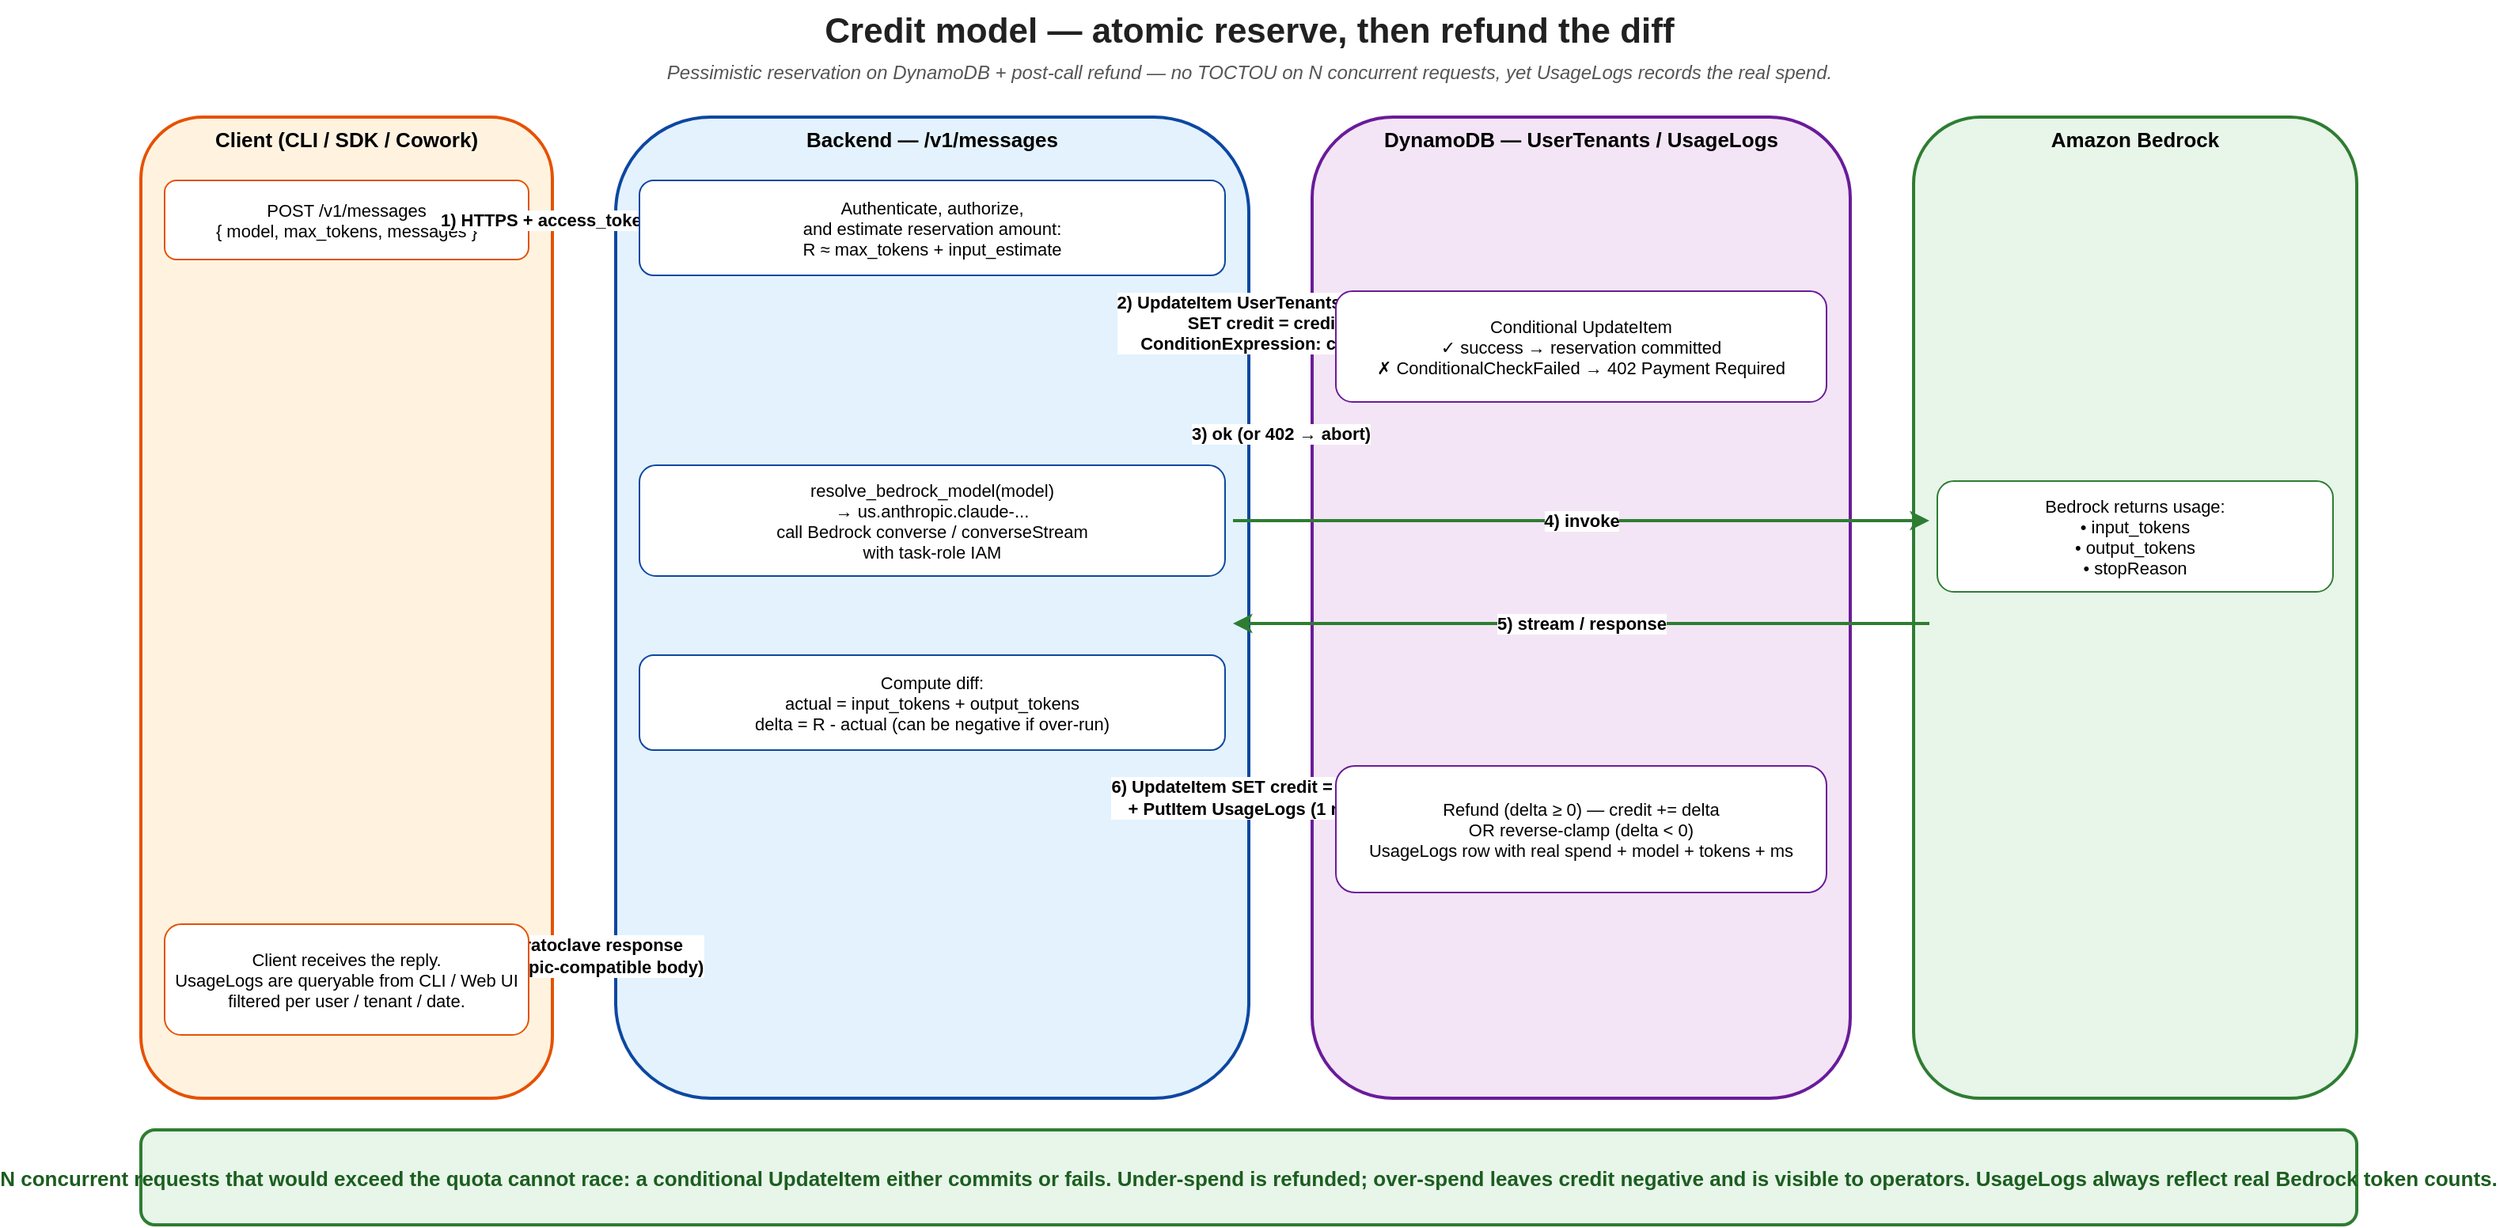
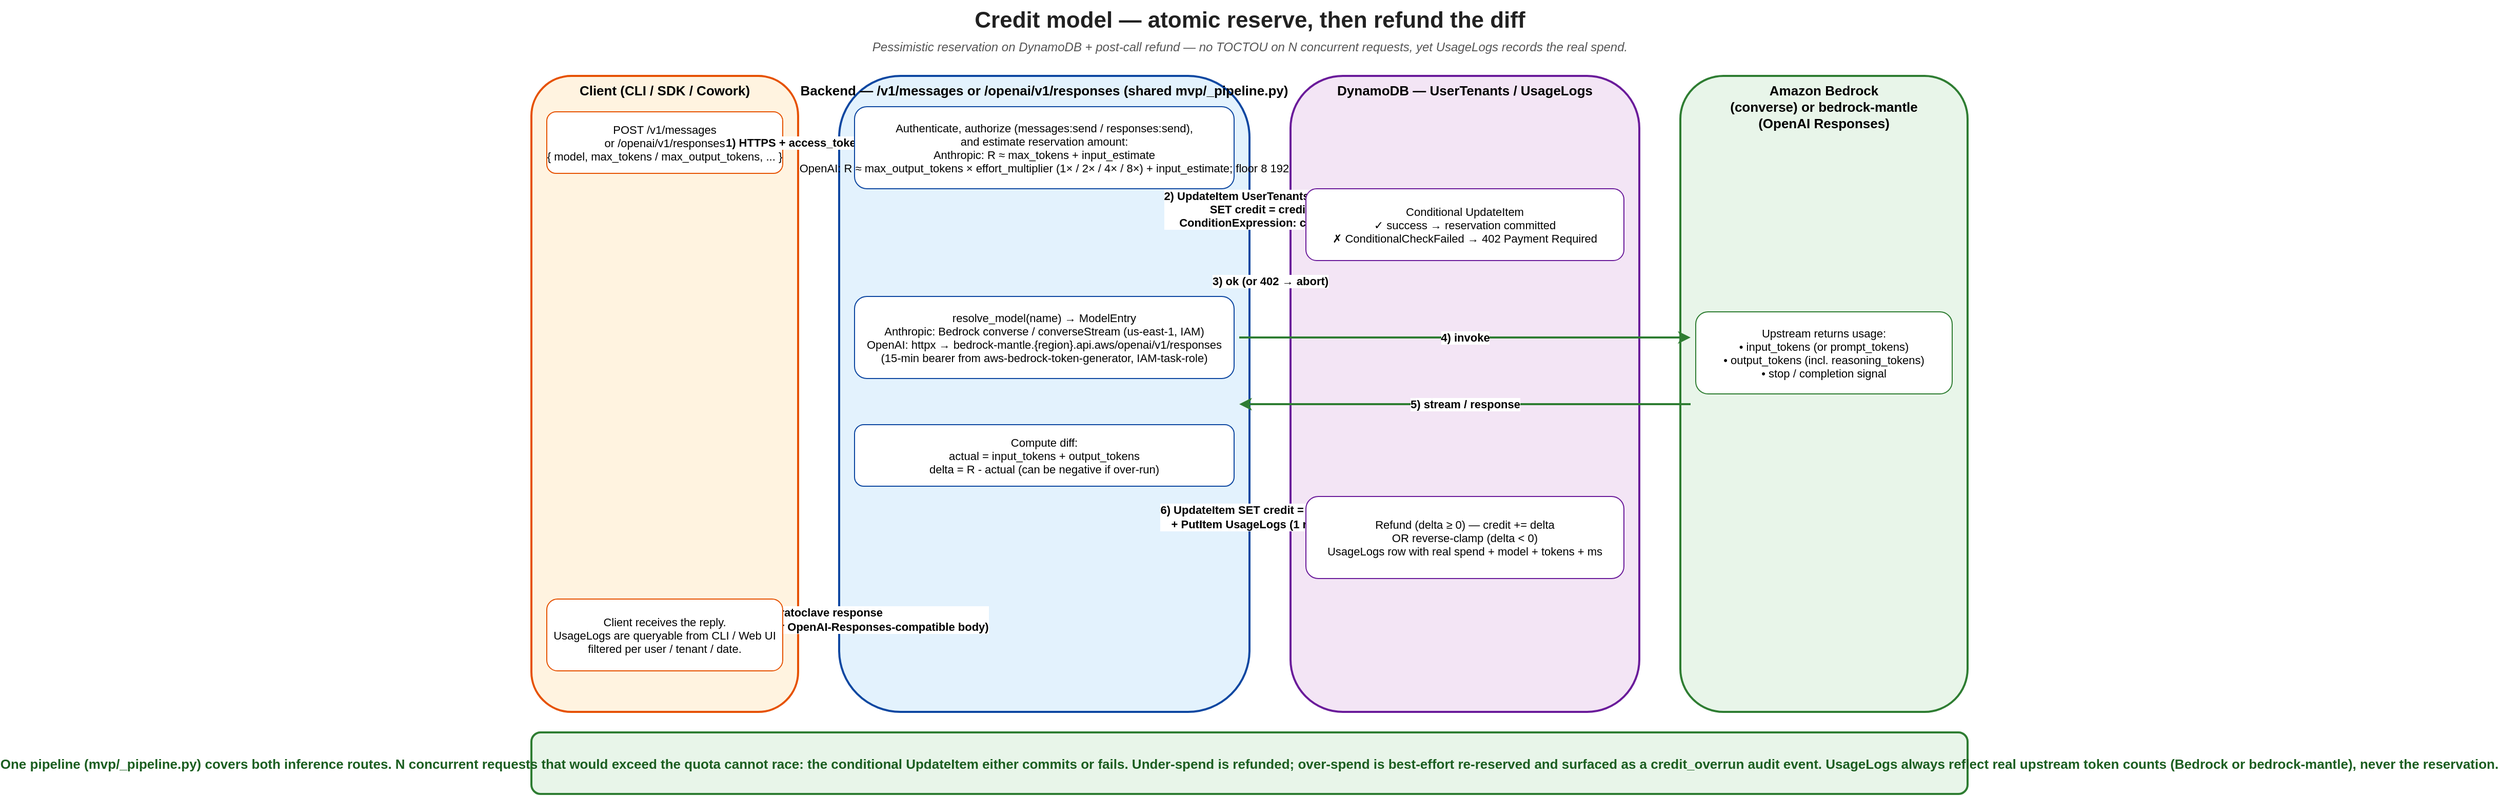
<mxGraphModel dx="1480" dy="900" grid="1" gridSize="10" guides="1" tooltips="1" connect="1" arrows="1" fold="1" page="1" pageScale="1" pageWidth="1480" pageHeight="900" math="0" shadow="0">
  <root>
    <mxCell id="0"/>
    <mxCell id="1" parent="0"/>

    <mxCell id="title" value="Credit model — atomic reserve, then refund the diff"
      style="text;html=1;align=center;fontSize=22;fontStyle=1;fontColor=#212121;"
      vertex="1" parent="1">
      <mxGeometry x="0" y="16" width="1480" height="30" as="geometry"/>
    </mxCell>
    <mxCell id="subtitle" value="Pessimistic reservation on DynamoDB + post-call refund — no TOCTOU on N concurrent requests, yet UsageLogs records the real spend."
      style="text;html=1;align=center;fontSize=12;fontStyle=2;fontColor=#555555;"
      vertex="1" parent="1">
      <mxGeometry x="0" y="48" width="1480" height="22" as="geometry"/>
    </mxCell>

    <mxCell id="lane_client" value="Client (CLI / SDK / Cowork)"
      style="rounded=1;fillColor=#FFF3E0;strokeColor=#E65100;strokeWidth=2;fontSize=13;fontStyle=1;align=center;verticalAlign=top;"
      vertex="1" parent="1">
      <mxGeometry x="40" y="90" width="260" height="620" as="geometry"/>
    </mxCell>
-     <mxCell id="lane_backend" value="Backend — /v1/messages"
+     <mxCell id="lane_backend" value="Backend — /v1/messages or /openai/v1/responses (shared mvp/_pipeline.py)"
      style="rounded=1;fillColor=#E3F2FD;strokeColor=#0D47A1;strokeWidth=2;fontSize=13;fontStyle=1;align=center;verticalAlign=top;"
      vertex="1" parent="1">
      <mxGeometry x="340" y="90" width="400" height="620" as="geometry"/>
    </mxCell>
    <mxCell id="lane_dynamo" value="DynamoDB — UserTenants / UsageLogs"
      style="rounded=1;fillColor=#F3E5F5;strokeColor=#6A1B9A;strokeWidth=2;fontSize=13;fontStyle=1;align=center;verticalAlign=top;"
      vertex="1" parent="1">
      <mxGeometry x="780" y="90" width="340" height="620" as="geometry"/>
    </mxCell>
-     <mxCell id="lane_bedrock" value="Amazon Bedrock"
+     <mxCell id="lane_bedrock" value="Amazon Bedrock&#10;(converse) or bedrock-mantle&#10;(OpenAI Responses)"
      style="rounded=1;fillColor=#E8F5E9;strokeColor=#2E7D32;strokeWidth=2;fontSize=13;fontStyle=1;align=center;verticalAlign=top;"
      vertex="1" parent="1">
      <mxGeometry x="1160" y="90" width="280" height="620" as="geometry"/>
    </mxCell>

-     <mxCell id="c1" value="POST /v1/messages&#10;{ model, max_tokens, messages }"
+     <mxCell id="c1" value="POST /v1/messages&#10;or /openai/v1/responses&#10;{ model, max_tokens / max_output_tokens, ... }"
      style="rounded=1;fillColor=#FFFFFF;strokeColor=#E65100;strokeWidth=1;fontSize=11;align=center;verticalAlign=middle;"
      vertex="1" parent="1">
-       <mxGeometry x="55" y="130" width="230" height="50" as="geometry"/>
+       <mxGeometry x="55" y="125" width="230" height="60" as="geometry"/>
    </mxCell>

    <mxCell id="e1" value="1) HTTPS + access_token / API key"
      style="endArrow=classic;html=1;strokeColor=#212121;strokeWidth=2;fontSize=11;fontStyle=1;" edge="1" parent="1">
      <mxGeometry relative="1" as="geometry">
        <mxPoint x="290" y="155" as="sourcePoint"/>
        <mxPoint x="350" y="155" as="targetPoint"/>
      </mxGeometry>
    </mxCell>

-     <mxCell id="b1" value="Authenticate, authorize,&#10;and estimate reservation amount:&#10;R ≈ max_tokens + input_estimate"
+     <mxCell id="b1" value="Authenticate, authorize (messages:send / responses:send),&#10;and estimate reservation amount:&#10;Anthropic: R ≈ max_tokens + input_estimate&#10;OpenAI: R ≈ max_output_tokens × effort_multiplier (1× / 2× / 4× / 8×) + input_estimate; floor 8 192"
      style="rounded=1;fillColor=#FFFFFF;strokeColor=#0D47A1;strokeWidth=1;fontSize=11;align=center;verticalAlign=middle;"
      vertex="1" parent="1">
-       <mxGeometry x="355" y="130" width="370" height="60" as="geometry"/>
+       <mxGeometry x="355" y="120" width="370" height="80" as="geometry"/>
    </mxCell>

    <mxCell id="e2" value="2) UpdateItem  UserTenants[user,tenant]&#10;SET credit = credit - :R&#10;ConditionExpression: credit >= :R"
      style="endArrow=classic;html=1;strokeColor=#6A1B9A;strokeWidth=2;fontSize=11;fontStyle=1;" edge="1" parent="1">
      <mxGeometry relative="1" as="geometry">
        <mxPoint x="730" y="220" as="sourcePoint"/>
        <mxPoint x="790" y="220" as="targetPoint"/>
      </mxGeometry>
    </mxCell>

    <mxCell id="d1" value="Conditional UpdateItem&#10;✓ success → reservation committed&#10;✗ ConditionalCheckFailed → 402 Payment Required"
      style="rounded=1;fillColor=#FFFFFF;strokeColor=#6A1B9A;strokeWidth=1;fontSize=11;align=center;verticalAlign=middle;"
      vertex="1" parent="1">
      <mxGeometry x="795" y="200" width="310" height="70" as="geometry"/>
    </mxCell>

    <mxCell id="e3" value="3) ok (or 402 → abort)"
      style="endArrow=classic;html=1;strokeColor=#6A1B9A;strokeWidth=2;fontSize=11;fontStyle=1;" edge="1" parent="1">
      <mxGeometry relative="1" as="geometry">
        <mxPoint x="790" y="290" as="sourcePoint"/>
        <mxPoint x="730" y="290" as="targetPoint"/>
      </mxGeometry>
    </mxCell>

-     <mxCell id="b2" value="resolve_bedrock_model(model)&#10;→ us.anthropic.claude-...&#10;call Bedrock converse / converseStream&#10;with task-role IAM"
+     <mxCell id="b2" value="resolve_model(name) → ModelEntry&#10;Anthropic: Bedrock converse / converseStream (us-east-1, IAM)&#10;OpenAI: httpx → bedrock-mantle.{region}.api.aws/openai/v1/responses&#10;(15-min bearer from aws-bedrock-token-generator, IAM-task-role)"
      style="rounded=1;fillColor=#FFFFFF;strokeColor=#0D47A1;strokeWidth=1;fontSize=11;align=center;verticalAlign=middle;"
      vertex="1" parent="1">
-       <mxGeometry x="355" y="310" width="370" height="70" as="geometry"/>
+       <mxGeometry x="355" y="305" width="370" height="80" as="geometry"/>
    </mxCell>

    <mxCell id="e4" value="4) invoke"
      style="endArrow=classic;html=1;strokeColor=#2E7D32;strokeWidth=2;fontSize=11;fontStyle=1;" edge="1" parent="1">
      <mxGeometry relative="1" as="geometry">
        <mxPoint x="730" y="345" as="sourcePoint"/>
        <mxPoint x="1170" y="345" as="targetPoint"/>
      </mxGeometry>
    </mxCell>

-     <mxCell id="k1" value="Bedrock returns usage:&#10;• input_tokens&#10;• output_tokens&#10;• stopReason"
+     <mxCell id="k1" value="Upstream returns usage:&#10;• input_tokens (or prompt_tokens)&#10;• output_tokens (incl. reasoning_tokens)&#10;• stop / completion signal"
      style="rounded=1;fillColor=#FFFFFF;strokeColor=#2E7D32;strokeWidth=1;fontSize=11;align=center;verticalAlign=middle;"
      vertex="1" parent="1">
-       <mxGeometry x="1175" y="320" width="250" height="70" as="geometry"/>
+       <mxGeometry x="1175" y="320" width="250" height="80" as="geometry"/>
    </mxCell>

    <mxCell id="e5" value="5) stream / response"
      style="endArrow=classic;html=1;strokeColor=#2E7D32;strokeWidth=2;fontSize=11;fontStyle=1;" edge="1" parent="1">
      <mxGeometry relative="1" as="geometry">
        <mxPoint x="1170" y="410" as="sourcePoint"/>
        <mxPoint x="730" y="410" as="targetPoint"/>
      </mxGeometry>
    </mxCell>

    <mxCell id="b3" value="Compute diff:&#10;actual = input_tokens + output_tokens&#10;delta  = R - actual  (can be negative if over-run)"
      style="rounded=1;fillColor=#FFFFFF;strokeColor=#0D47A1;strokeWidth=1;fontSize=11;align=center;verticalAlign=middle;"
      vertex="1" parent="1">
      <mxGeometry x="355" y="430" width="370" height="60" as="geometry"/>
    </mxCell>

    <mxCell id="e6" value="6) UpdateItem SET credit = credit + :delta&#10;+ PutItem UsageLogs (1 record / call)"
      style="endArrow=classic;html=1;strokeColor=#6A1B9A;strokeWidth=2;fontSize=11;fontStyle=1;" edge="1" parent="1">
      <mxGeometry relative="1" as="geometry">
        <mxPoint x="730" y="520" as="sourcePoint"/>
        <mxPoint x="790" y="520" as="targetPoint"/>
      </mxGeometry>
    </mxCell>

    <mxCell id="d2" value="Refund (delta ≥ 0) — credit += delta&#10;OR reverse-clamp (delta &lt; 0)&#10;UsageLogs row with real spend + model + tokens + ms"
      style="rounded=1;fillColor=#FFFFFF;strokeColor=#6A1B9A;strokeWidth=1;fontSize=11;align=center;verticalAlign=middle;"
      vertex="1" parent="1">
      <mxGeometry x="795" y="500" width="310" height="80" as="geometry"/>
    </mxCell>

-     <mxCell id="e7" value="7) Stratoclave response&#10;(Anthropic-compatible body)"
+     <mxCell id="e7" value="7) Stratoclave response&#10;(Anthropic-compatible or OpenAI-Responses-compatible body)"
      style="endArrow=classic;html=1;strokeColor=#212121;strokeWidth=2;fontSize=11;fontStyle=1;" edge="1" parent="1">
      <mxGeometry relative="1" as="geometry">
        <mxPoint x="350" y="620" as="sourcePoint"/>
        <mxPoint x="290" y="620" as="targetPoint"/>
      </mxGeometry>
    </mxCell>

    <mxCell id="c2" value="Client receives the reply.&#10;UsageLogs are queryable from CLI / Web UI&#10;filtered per user / tenant / date."
      style="rounded=1;fillColor=#FFFFFF;strokeColor=#E65100;strokeWidth=1;fontSize=11;align=center;verticalAlign=middle;"
      vertex="1" parent="1">
      <mxGeometry x="55" y="600" width="230" height="70" as="geometry"/>
    </mxCell>

-     <mxCell id="takeaway" value="N concurrent requests that would exceed the quota cannot race: a conditional UpdateItem either commits or fails.  Under-spend is refunded; over-spend leaves credit negative and is visible to operators.  UsageLogs always reflect real Bedrock token counts."
+     <mxCell id="takeaway" value="One pipeline (mvp/_pipeline.py) covers both inference routes.  N concurrent requests that would exceed the quota cannot race: the conditional UpdateItem either commits or fails.  Under-spend is refunded; over-spend is best-effort re-reserved and surfaced as a credit_overrun audit event.  UsageLogs always reflect real upstream token counts (Bedrock or bedrock-mantle), never the reservation."
      style="rounded=1;fillColor=#E8F5E9;strokeColor=#2E7D32;strokeWidth=2;fontSize=13;fontStyle=1;fontColor=#1B5E20;align=center;verticalAlign=middle;"
      vertex="1" parent="1">
      <mxGeometry x="40" y="730" width="1400" height="60" as="geometry"/>
    </mxCell>

  </root>
</mxGraphModel>
